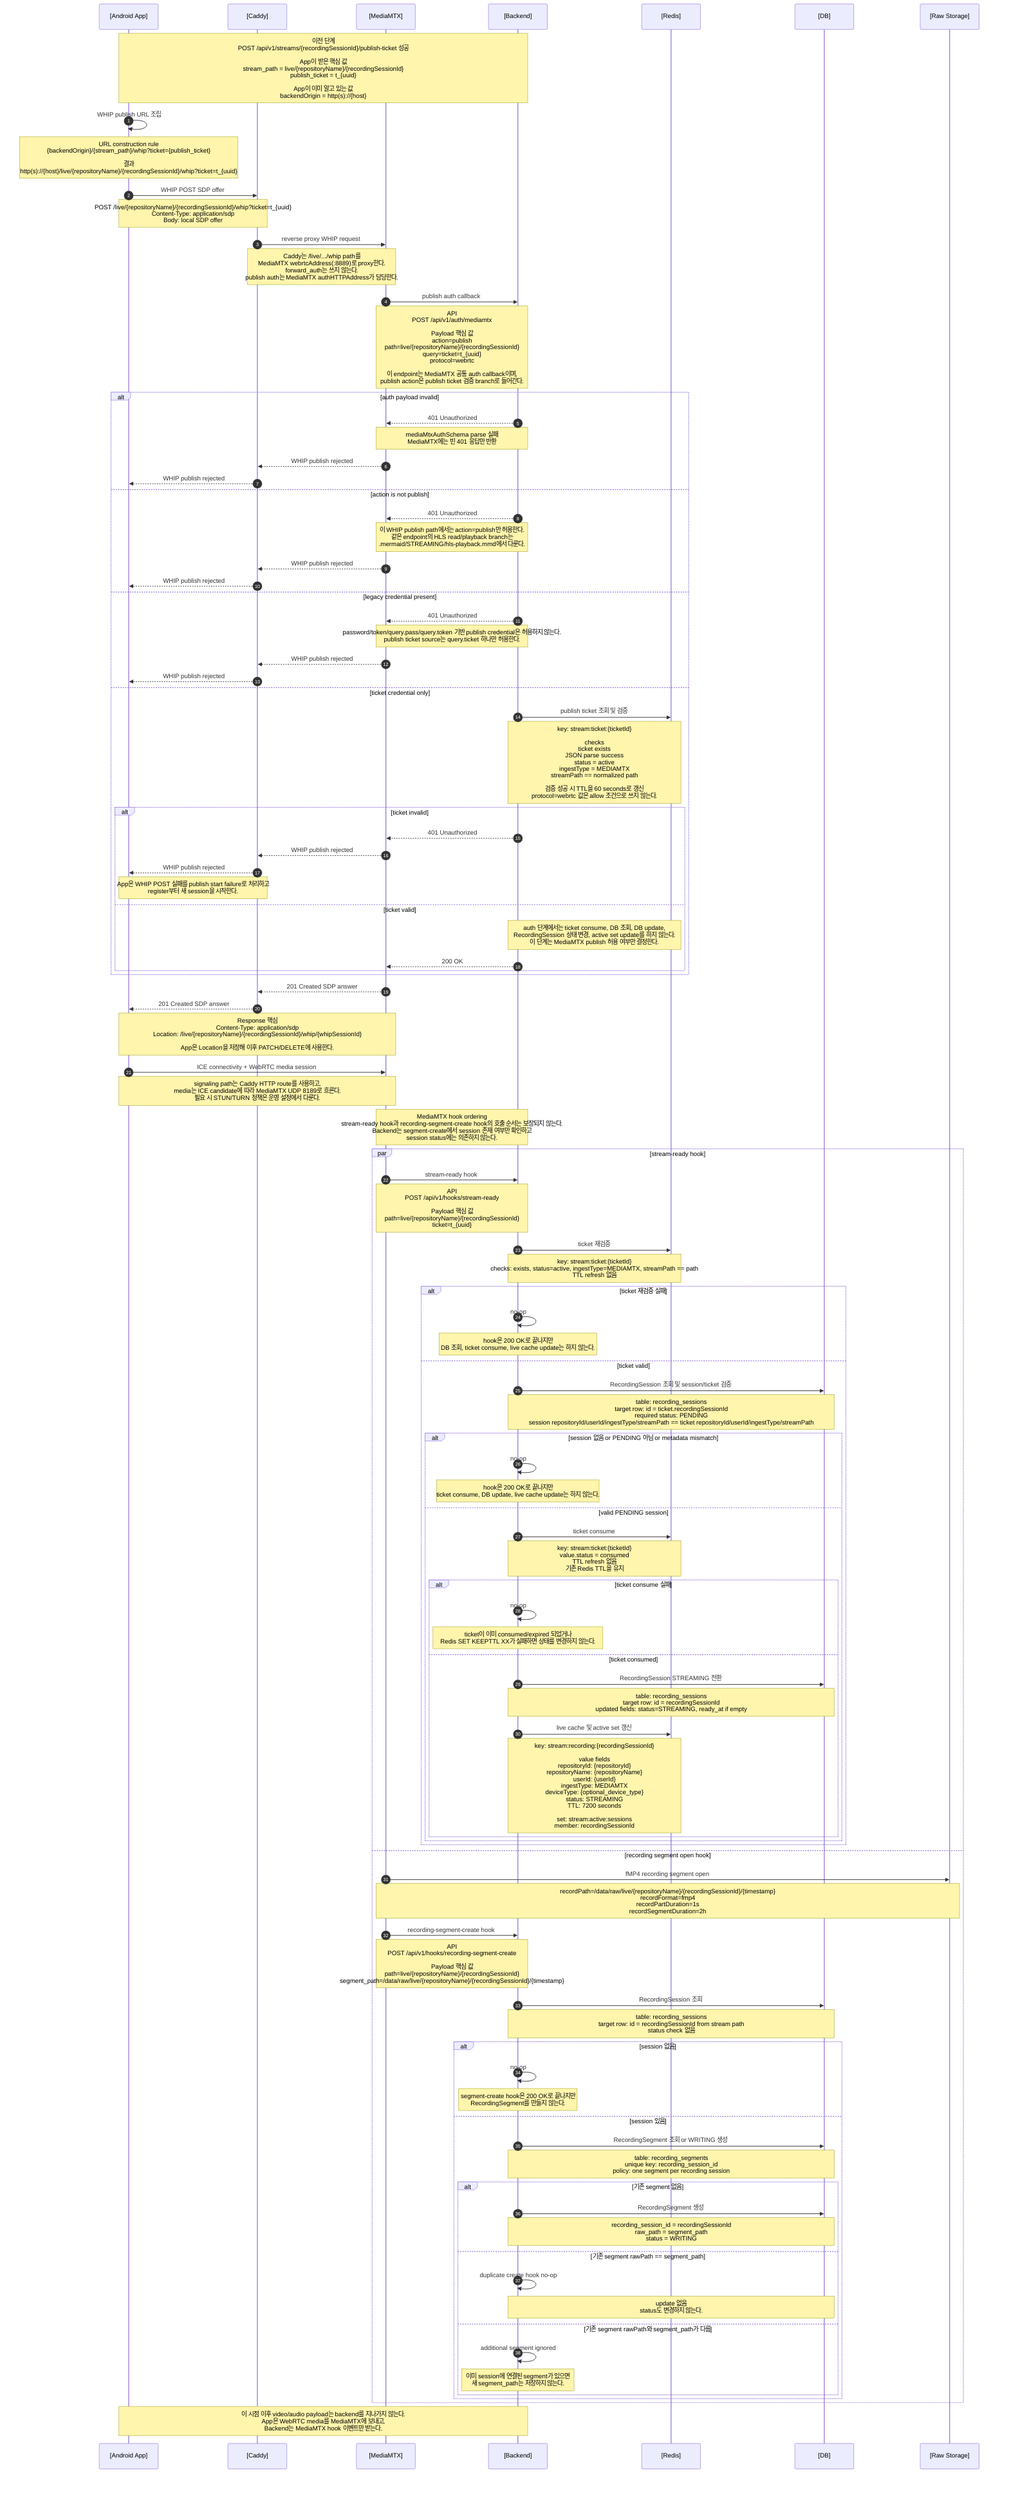
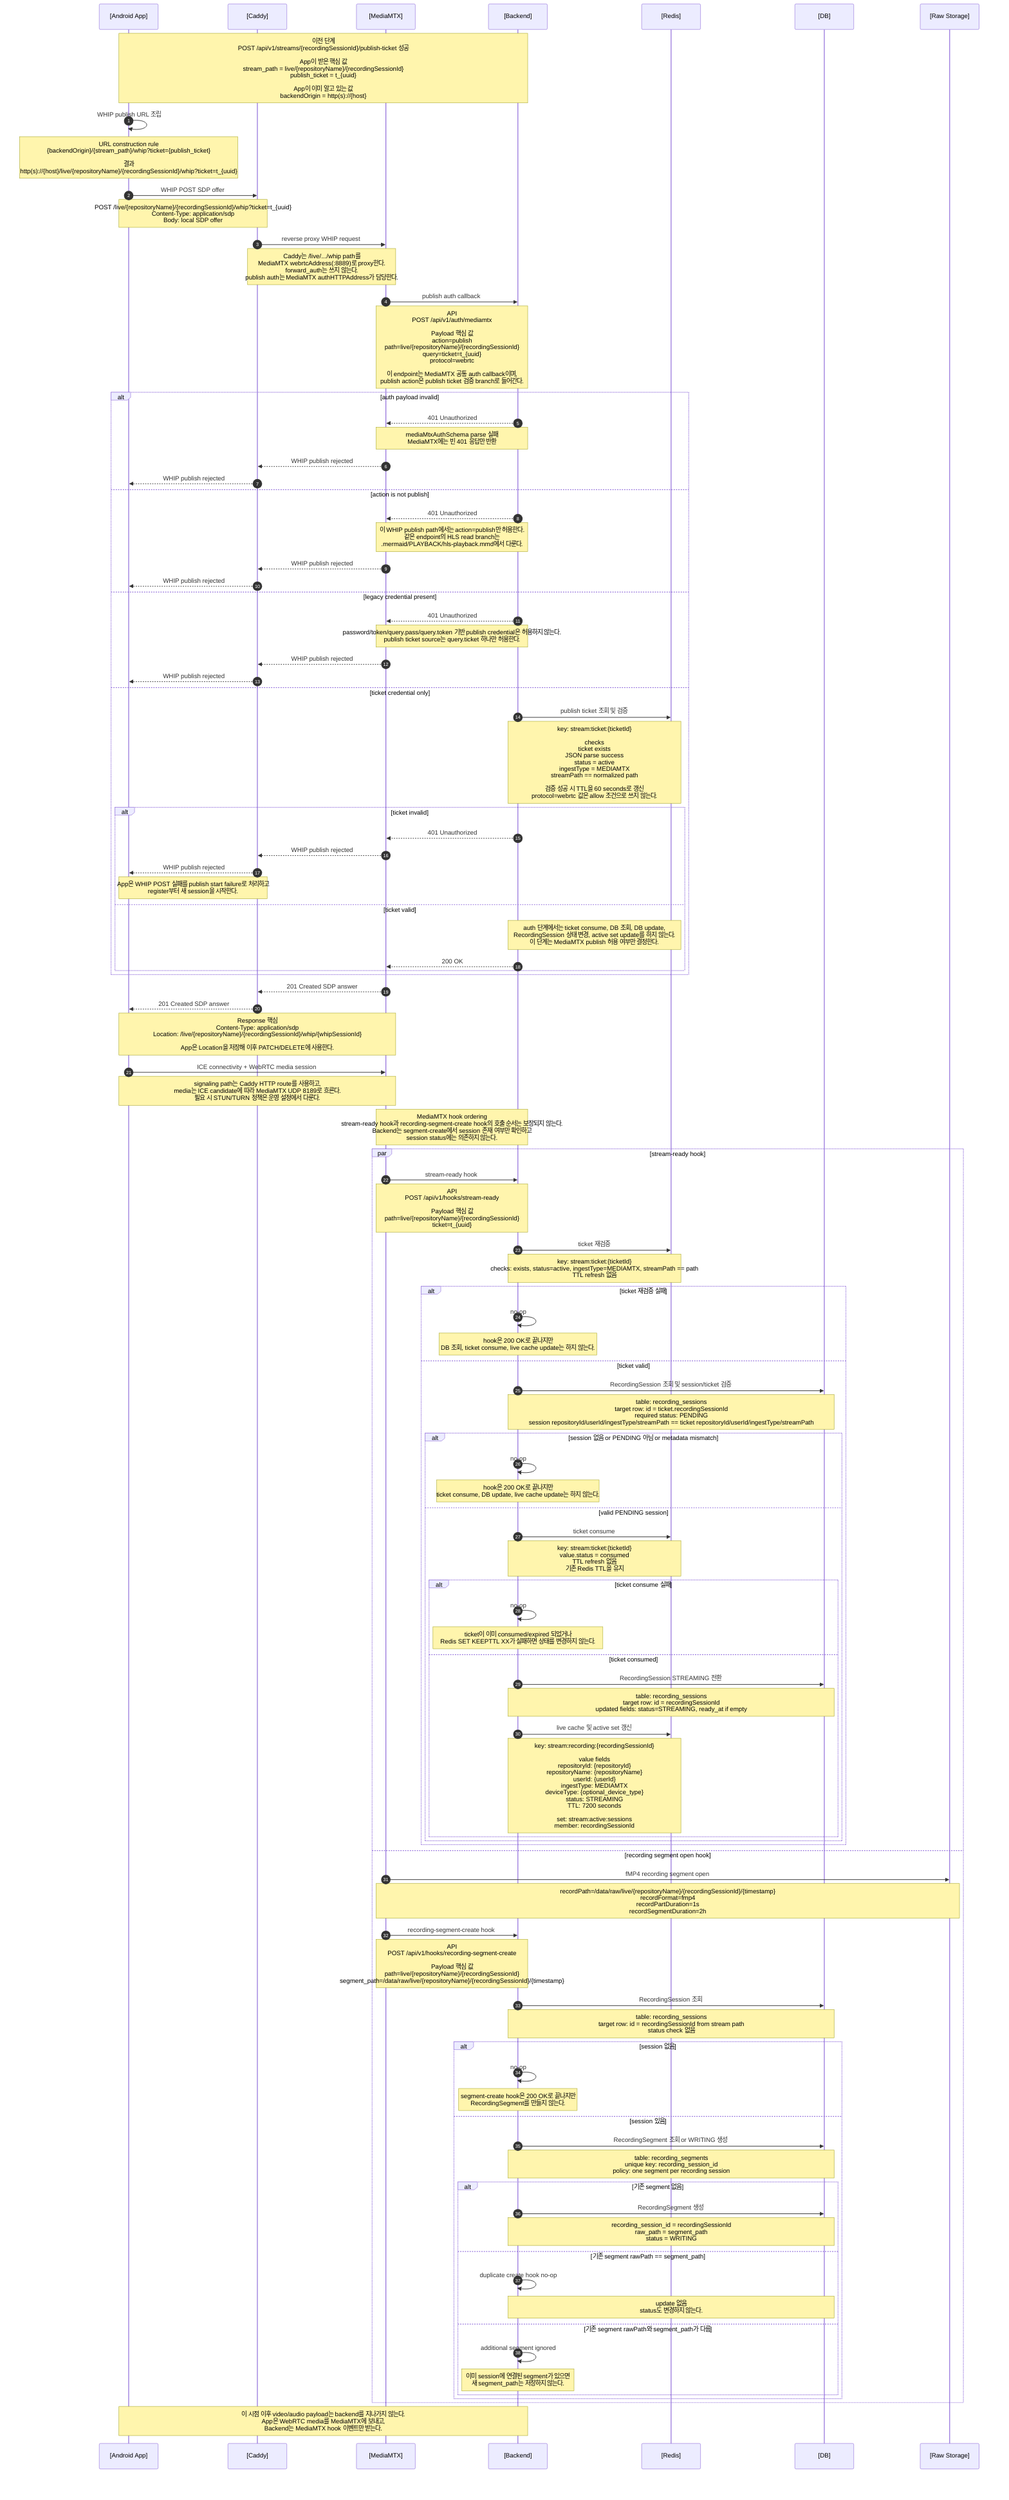
sequenceDiagram
  autonumber
  participant App as [Android App]
  participant Caddy as [Caddy]
  participant MTX as [MediaMTX]
  participant Backend as [Backend]
  participant Redis as [Redis]
  participant DB as [DB]
  participant Storage as [Raw Storage]

  Note over App,Backend: 이전 단계<br/>POST /api/v1/streams/{recordingSessionId}/publish-ticket 성공<br/><br/>App이 받은 핵심 값<br/>stream_path = live/{repositoryName}/{recordingSessionId}<br/>publish_ticket = t_{uuid}<br/><br/>App이 이미 알고 있는 값<br/>backendOrigin = http(s)://{host}

  App->>App: WHIP publish URL 조립
  Note over App: URL construction rule<br/>{backendOrigin}/{stream_path}/whip?ticket={publish_ticket}<br/><br/>결과<br/>http(s)://{host}/live/{repositoryName}/{recordingSessionId}/whip?ticket=t_{uuid}

  App->>Caddy: WHIP POST SDP offer
  Note over App,Caddy: POST /live/{repositoryName}/{recordingSessionId}/whip?ticket=t_{uuid}<br/>Content-Type: application/sdp<br/>Body: local SDP offer

  Caddy->>MTX: reverse proxy WHIP request
  Note over Caddy,MTX: Caddy는 /live/.../whip path를<br/>MediaMTX webrtcAddress(:8889)로 proxy한다.<br/>forward_auth는 쓰지 않는다.<br/>publish auth는 MediaMTX authHTTPAddress가 담당한다.

  MTX->>Backend: publish auth callback
  Note over MTX,Backend: API<br/>POST /api/v1/auth/mediamtx<br/><br/>Payload 핵심 값<br/>action=publish<br/>path=live/{repositoryName}/{recordingSessionId}<br/>query=ticket=t_{uuid}<br/>protocol=webrtc<br/><br/>이 endpoint는 MediaMTX 공통 auth callback이며,<br/>publish action은 publish ticket 검증 branch로 들어간다.

  alt auth payload invalid
    Backend-->>MTX: 401 Unauthorized
    Note over Backend,MTX: mediaMtxAuthSchema parse 실패<br/>MediaMTX에는 빈 401 응답만 반환
    MTX-->>Caddy: WHIP publish rejected
    Caddy-->>App: WHIP publish rejected
  else action is not publish
    Backend-->>MTX: 401 Unauthorized
-     Note over Backend,MTX: 이 WHIP publish path에서는 action=publish만 허용한다.<br/>같은 endpoint의 HLS read/playback branch는<br/>.mermaid/STREAMING/hls-playback.mmd에서 다룬다.
+     Note over Backend,MTX: 이 WHIP publish path에서는 action=publish만 허용한다.<br/>같은 endpoint의 HLS read branch는<br/>.mermaid/PLAYBACK/hls-playback.mmd에서 다룬다.
    MTX-->>Caddy: WHIP publish rejected
    Caddy-->>App: WHIP publish rejected
  else legacy credential present
    Backend-->>MTX: 401 Unauthorized
    Note over Backend,MTX: password/token/query.pass/query.token 기반 publish credential은 허용하지 않는다.<br/>publish ticket source는 query.ticket 하나만 허용한다.
    MTX-->>Caddy: WHIP publish rejected
    Caddy-->>App: WHIP publish rejected
  else ticket credential only
    Backend->>Redis: publish ticket 조회 및 검증
    Note over Backend,Redis: key: stream:ticket:{ticketId}<br/><br/>checks<br/>ticket exists<br/>JSON parse success<br/>status = active<br/>ingestType = MEDIAMTX<br/>streamPath == normalized path<br/><br/>검증 성공 시 TTL을 60 seconds로 갱신<br/>protocol=webrtc 값은 allow 조건으로 쓰지 않는다.

    alt ticket invalid
      Backend-->>MTX: 401 Unauthorized
      MTX-->>Caddy: WHIP publish rejected
      Caddy-->>App: WHIP publish rejected
      Note over App,Caddy: App은 WHIP POST 실패를 publish start failure로 처리하고<br/>register부터 새 session을 시작한다.
    else ticket valid
      Note over Backend,Redis: auth 단계에서는 ticket consume, DB 조회, DB update,<br/>RecordingSession 상태 변경, active set update를 하지 않는다.<br/>이 단계는 MediaMTX publish 허용 여부만 결정한다.
      Backend-->>MTX: 200 OK
    end
  end

  MTX-->>Caddy: 201 Created SDP answer
  Caddy-->>App: 201 Created SDP answer
  Note over MTX,App: Response 핵심<br/>Content-Type: application/sdp<br/>Location: /live/{repositoryName}/{recordingSessionId}/whip/{whipSessionId}<br/><br/>App은 Location을 저장해 이후 PATCH/DELETE에 사용한다.

  App->>MTX: ICE connectivity + WebRTC media session
  Note over App,MTX: signaling path는 Caddy HTTP route를 사용하고,<br/>media는 ICE candidate에 따라 MediaMTX UDP 8189로 흐른다.<br/>필요 시 STUN/TURN 정책은 운영 설정에서 다룬다.

  Note over MTX,Backend: MediaMTX hook ordering<br/>stream-ready hook과 recording-segment-create hook의 호출 순서는 보장되지 않는다.<br/>Backend는 segment-create에서 session 존재 여부만 확인하고<br/>session status에는 의존하지 않는다.

  par stream-ready hook
    MTX->>Backend: stream-ready hook
    Note over MTX,Backend: API<br/>POST /api/v1/hooks/stream-ready<br/><br/>Payload 핵심 값<br/>path=live/{repositoryName}/{recordingSessionId}<br/>ticket=t_{uuid}

    Backend->>Redis: ticket 재검증
    Note over Backend,Redis: key: stream:ticket:{ticketId}<br/>checks: exists, status=active, ingestType=MEDIAMTX, streamPath == path<br/>TTL refresh 없음

    alt ticket 재검증 실패
      Backend->>Backend: no-op
      Note over Backend: hook은 200 OK로 끝나지만<br/>DB 조회, ticket consume, live cache update는 하지 않는다.
    else ticket valid
      Backend->>DB: RecordingSession 조회 및 session/ticket 검증
      Note over Backend,DB: table: recording_sessions<br/>target row: id = ticket.recordingSessionId<br/>required status: PENDING<br/>session repositoryId/userId/ingestType/streamPath == ticket repositoryId/userId/ingestType/streamPath

      alt session 없음 or PENDING 아님 or metadata mismatch
        Backend->>Backend: no-op
        Note over Backend: hook은 200 OK로 끝나지만<br/>ticket consume, DB update, live cache update는 하지 않는다.
      else valid PENDING session
        Backend->>Redis: ticket consume
        Note over Backend,Redis: key: stream:ticket:{ticketId}<br/>value.status = consumed<br/>TTL refresh 없음<br/>기존 Redis TTL을 유지

        alt ticket consume 실패
          Backend->>Backend: no-op
          Note over Backend: ticket이 이미 consumed/expired 되었거나<br/>Redis SET KEEPTTL XX가 실패하면 상태를 변경하지 않는다.
        else ticket consumed
          Backend->>DB: RecordingSession STREAMING 전환
          Note over Backend,DB: table: recording_sessions<br/>target row: id = recordingSessionId<br/>updated fields: status=STREAMING, ready_at if empty

          Backend->>Redis: live cache 및 active set 갱신
          Note over Backend,Redis: key: stream:recording:{recordingSessionId}<br/><br/>value fields<br/>repositoryId: {repositoryId}<br/>repositoryName: {repositoryName}<br/>userId: {userId}<br/>ingestType: MEDIAMTX<br/>deviceType: {optional_device_type}<br/>status: STREAMING<br/>TTL: 7200 seconds<br/><br/>set: stream:active:sessions<br/>member: recordingSessionId
        end
      end
    end
  and recording segment open hook
    MTX->>Storage: fMP4 recording segment open
    Note over MTX,Storage: recordPath=/data/raw/live/{repositoryName}/{recordingSessionId}/{timestamp}<br/>recordFormat=fmp4<br/>recordPartDuration=1s<br/>recordSegmentDuration=2h

    MTX->>Backend: recording-segment-create hook
    Note over MTX,Backend: API<br/>POST /api/v1/hooks/recording-segment-create<br/><br/>Payload 핵심 값<br/>path=live/{repositoryName}/{recordingSessionId}<br/>segment_path=/data/raw/live/{repositoryName}/{recordingSessionId}/{timestamp}

    Backend->>DB: RecordingSession 조회
    Note over Backend,DB: table: recording_sessions<br/>target row: id = recordingSessionId from stream path<br/>status check 없음

    alt session 없음
      Backend->>Backend: no-op
      Note over Backend: segment-create hook은 200 OK로 끝나지만<br/>RecordingSegment를 만들지 않는다.
    else session 있음
      Backend->>DB: RecordingSegment 조회 or WRITING 생성
      Note over Backend,DB: table: recording_segments<br/>unique key: recording_session_id<br/>policy: one segment per recording session

      alt 기존 segment 없음
        Backend->>DB: RecordingSegment 생성
        Note over Backend,DB: recording_session_id = recordingSessionId<br/>raw_path = segment_path<br/>status = WRITING
      else 기존 segment rawPath == segment_path
        Backend->>Backend: duplicate create hook no-op
        Note over Backend,DB: update 없음<br/>status도 변경하지 않는다.
      else 기존 segment rawPath와 segment_path가 다름
        Backend->>Backend: additional segment ignored
        Note over Backend: 이미 session에 연결된 segment가 있으면<br/>새 segment_path는 저장하지 않는다.
      end
    end
  end

  Note over App,Backend: 이 시점 이후 video/audio payload는 backend를 지나가지 않는다.<br/>App은 WebRTC media를 MediaMTX에 보내고,<br/>Backend는 MediaMTX hook 이벤트만 받는다.

%% 참고:
%% 이 문서는 publish-ticket 발급 이후 WHIP publish 인증, SDP offer/answer,
%% stream-ready, live cache 등록, 첫 recording segment 생성까지만 다룬다.
%% 실제 WebRTC media 전송부터 stream 종료, hook 처리, finalize enqueue까지는
%% .mermaid/WEBRTC/4.whip-stream.mmd에서 다룬다.
%% RTMP publish 흐름은 .mermaid/RTMP/3.rtmp-publish.mmd에서 따로 다룬다.
